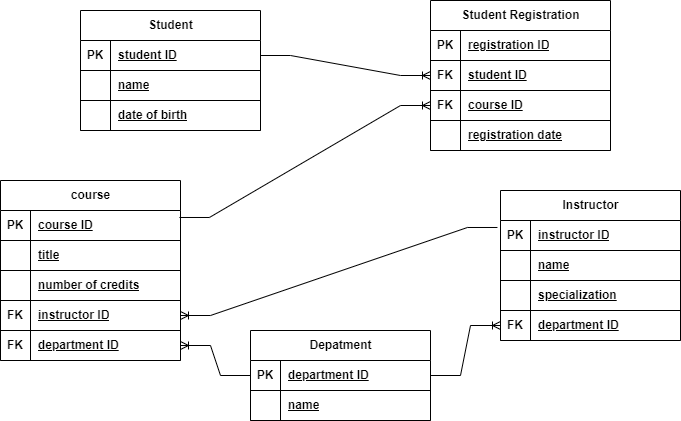
Before: week-11/University_drawio.png, a diagram exported from draw.io (AnahitaDzl/CW). Source tidied: cells renumbered, new cells last; positions are measured from the earlier drawing's top-left corner, leaving out a move shared by most shapes.
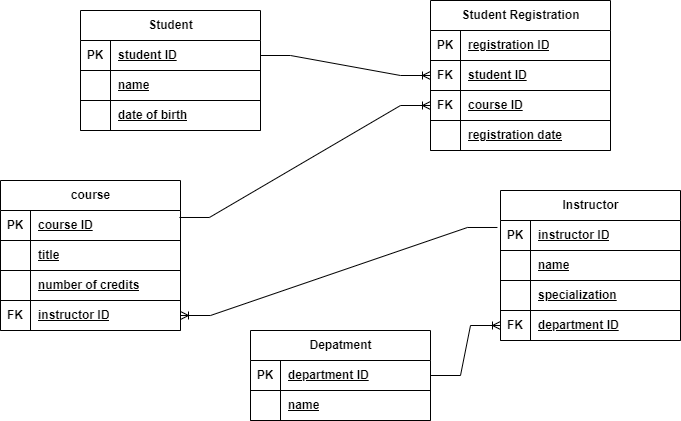
After the change.

Change to the diagram source:
```diff
@@ -3,7 +3,7 @@
     <mxCell id="0" />
     <mxCell id="1" parent="0" />
     <mxCell id="2" value="course" style="shape=table;startSize=30;rowLines=0;fontStyle=1;align=center;html=1;" parent="1" vertex="1">
-      <mxGeometry y="180" width="180" height="180" as="geometry" />
+      <mxGeometry y="180" width="180" height="150" as="geometry" />
     </mxCell>
     <mxCell id="3" style="shape=tableRow;horizontal=0;startSize=0;swimlaneHead=0;swimlaneBody=0;fillColor=none;points=[[0,0.5],[1,0.5]];portConstraint=eastwest;top=0;left=0;right=0;bottom=1;" parent="2" vertex="1">
       <mxGeometry y="30" width="180" height="30" as="geometry" />
@@ -41,15 +41,6 @@
     <mxCell id="14" value="instructor ID" style="shape=partialRectangle;fillColor=none;top=0;left=0;bottom=0;right=0;align=left;spacingLeft=6;fontStyle=5;overflow=hidden;whiteSpace=wrap;html=1;" parent="12" vertex="1">
       <mxGeometry x="30" width="150" height="30" as="geometry" />
     </mxCell>
-    <mxCell id="15" style="shape=tableRow;horizontal=0;startSize=0;swimlaneHead=0;swimlaneBody=0;fillColor=none;points=[[0,0.5],[1,0.5]];portConstraint=eastwest;top=0;left=0;right=0;bottom=1;" parent="2" vertex="1">
-      <mxGeometry y="150" width="180" height="30" as="geometry" />
-    </mxCell>
-    <mxCell id="16" value="FK" style="shape=partialRectangle;fillColor=none;top=0;left=0;bottom=0;right=0;fontStyle=1;overflow=hidden;whiteSpace=wrap;html=1;" parent="15" vertex="1">
-      <mxGeometry width="30" height="30" as="geometry" />
-    </mxCell>
-    <mxCell id="17" value="department ID" style="shape=partialRectangle;fillColor=none;top=0;left=0;bottom=0;right=0;align=left;spacingLeft=6;fontStyle=5;overflow=hidden;whiteSpace=wrap;html=1;" parent="15" vertex="1">
-      <mxGeometry x="30" width="150" height="30" as="geometry" />
-    </mxCell>
     <mxCell id="18" value="Student Registration" style="shape=table;startSize=30;rowLines=0;fontStyle=1;align=center;html=1;" parent="1" vertex="1">
       <mxGeometry x="430" width="180" height="150" as="geometry" />
     </mxCell>
@@ -191,8 +182,5 @@
     <mxCell id="64" style="edgeStyle=entityRelationEdgeStyle;fontSize=12;html=1;endArrow=ERoneToMany;rounded=0;exitX=-0.017;exitY=0.233;exitDx=0;exitDy=0;exitPerimeter=0;entryX=1;entryY=0.5;entryDx=0;entryDy=0;" parent="1" edge="1" source="32" target="12">
       <mxGeometry relative="1" as="geometry" />
     </mxCell>
-    <mxCell id="65" style="edgeStyle=entityRelationEdgeStyle;fontSize=12;html=1;endArrow=ERoneToMany;rounded=0;exitX=0;exitY=0.5;exitDx=0;exitDy=0;entryX=1;entryY=0.5;entryDx=0;entryDy=0;" parent="1" edge="1" source="45" target="15">
-      <mxGeometry relative="1" as="geometry" />
-    </mxCell>
   </root>
 </mxGraphModel>
```
